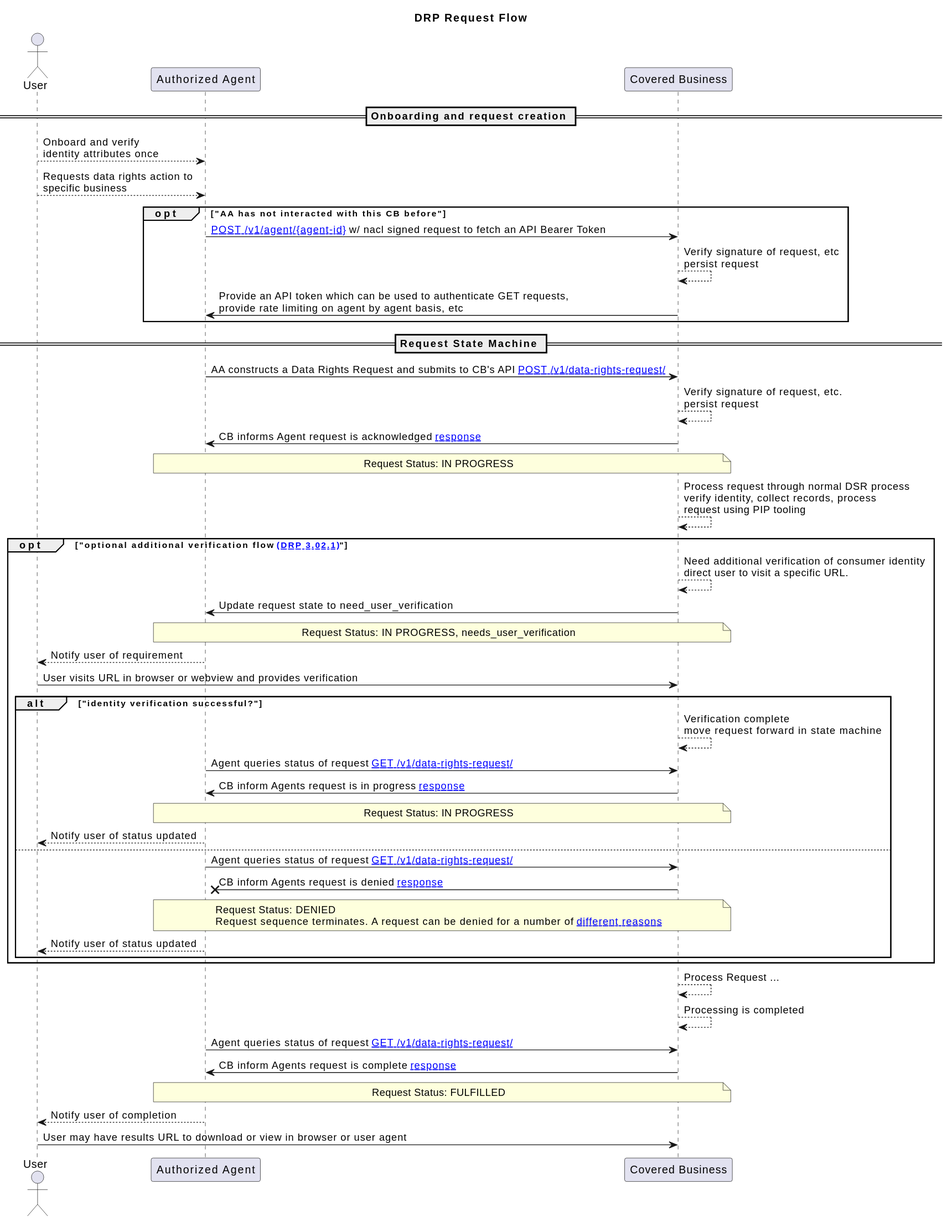
Before: files/drp0.9.PS_sequence_diagram.svg, a diagram exported from PlantUML (consumer-reports-innovation-lab/data-rights-protocol).
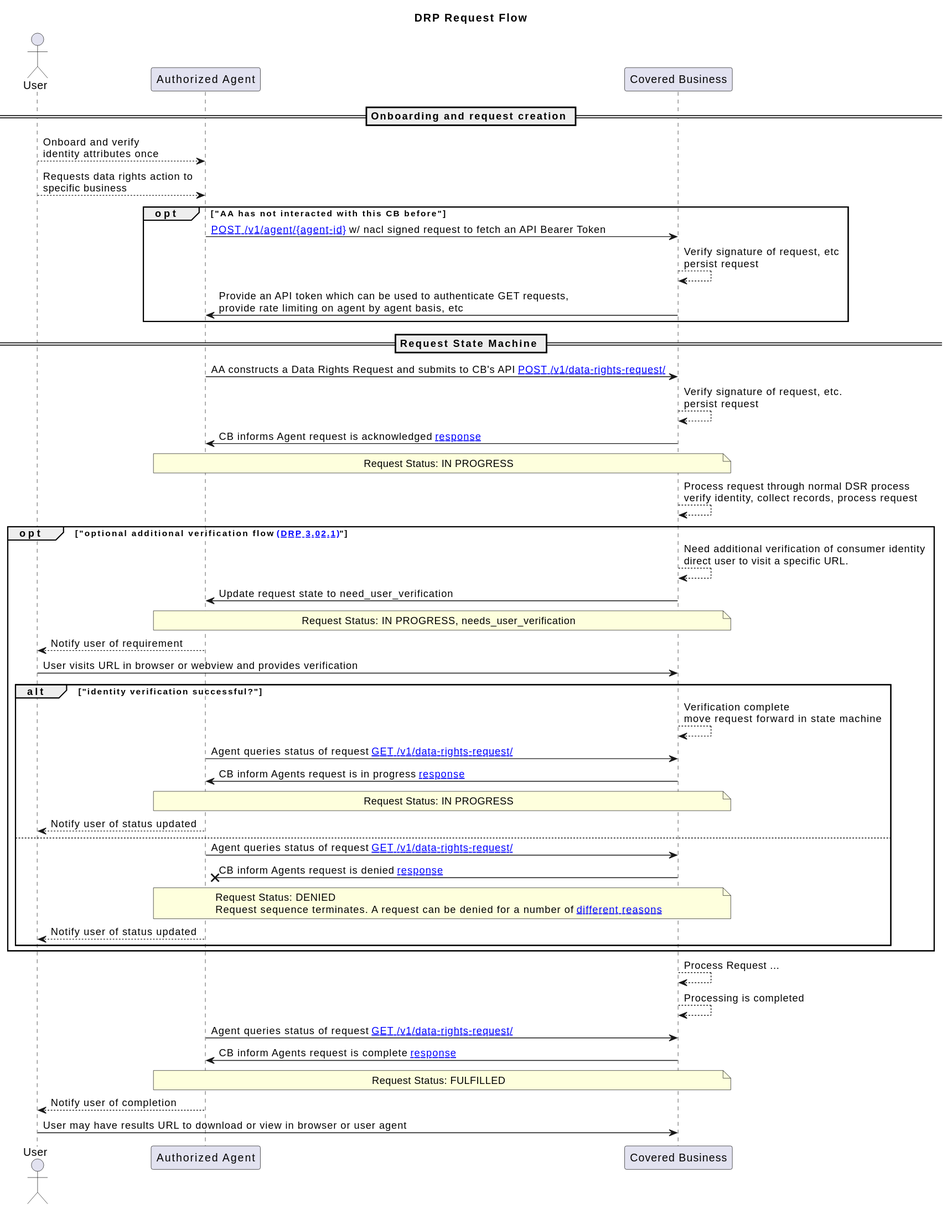
After the commit.

What changed in the source:
```diff
@@ -28,7 +28,7 @@
         Request Status: IN PROGRESS
 end note
 
-"Covered Business" --> "Covered Business": Process request through normal DSR process\nverify identity, collect records, process\nrequest using PIP tooling
+"Covered Business" --> "Covered Business": Process request through normal DSR process\nverify identity, collect records, process request
 
 opt "optional additional verification flow [[https://github.com/consumer-reports-innovation-lab/data-rights-protocol-lite-permissionslip/blob/main/data-rights-protocol.md#3021-need_user_verification-state-flow-semantics (DRP 3.02.1)]]"
         "Covered Business" --> "Covered Business": Need additional verification of consumer identity\ndirect user to visit a specific URL.
```
